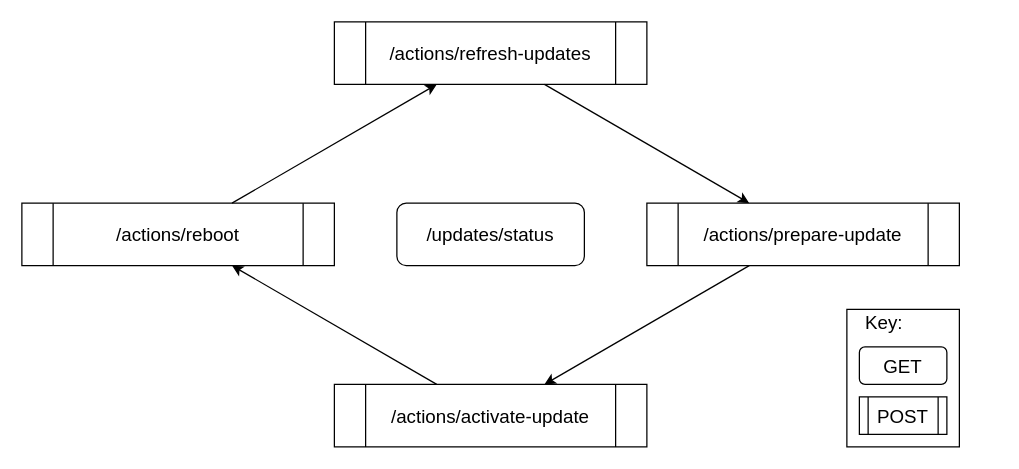
The draw.io diagram sources/api/update_api.drawio in bottlerocket-os/bottlerocket, before the edit. Source tidied: cells renumbered, new cells numbered last; positions are measured from the earlier drawing's top-left corner, leaving out a move shared by most shapes. Both pictures are drawn from the tidied source at 125%, with x=0, y=0 at pixel (21, 21).
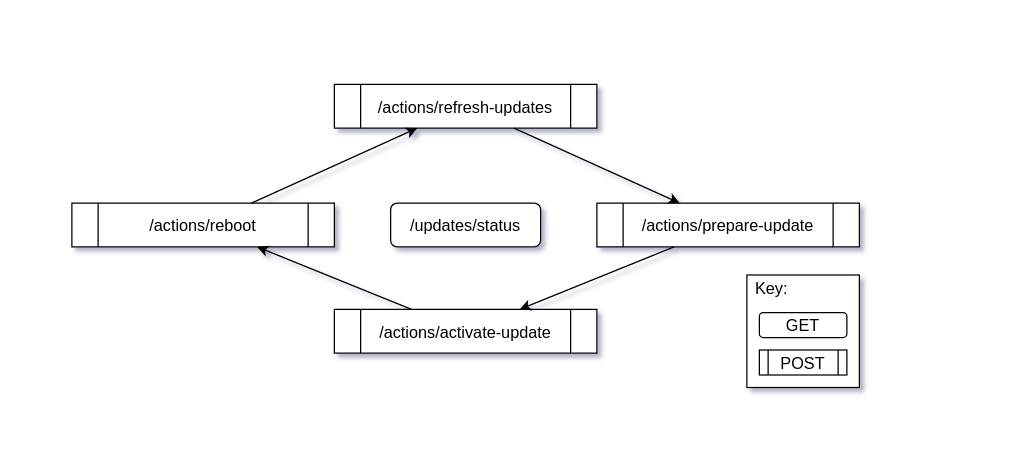
The same diagram, later.

Commit message (it also covers changes not shown here):
Make update API diagram smaller

Change to the diagram source:
```diff
@@
-<mxGraphModel>
+<mxGraphModel shadow="1">
   <root>
     <mxCell id="0" />
     <mxCell id="1" parent="0" />
-    <mxCell id="2" value="/updates/status" style="rounded=1;whiteSpace=wrap;html=1;fontSize=15;" parent="1" vertex="1">
-      <mxGeometry x="300" y="145" width="150" height="50" as="geometry" />
+    <mxCell id="2" value="/updates/status" style="rounded=1;whiteSpace=wrap;html=1;fontSize=13;" parent="1" vertex="1">
+      <mxGeometry x="295" y="145" width="120" height="35" as="geometry" />
     </mxCell>
-    <mxCell id="3" value="/actions/refresh-updates" style="shape=process;whiteSpace=wrap;html=1;backgroundOutline=1;fontSize=15;" parent="1" vertex="1">
-      <mxGeometry x="250" width="250" height="50" as="geometry" />
+    <mxCell id="3" value="/actions/refresh-updates" style="shape=process;whiteSpace=wrap;html=1;backgroundOutline=1;fontSize=13;" parent="1" vertex="1">
+      <mxGeometry x="250" y="50" width="210" height="35" as="geometry" />
     </mxCell>
-    <mxCell id="4" value="/actions/prepare-update" style="shape=process;whiteSpace=wrap;html=1;backgroundOutline=1;fontSize=15;" parent="1" vertex="1">
-      <mxGeometry x="500" y="145" width="250" height="50" as="geometry" />
+    <mxCell id="4" value="/actions/prepare-update" style="shape=process;whiteSpace=wrap;html=1;backgroundOutline=1;fontSize=13;" parent="1" vertex="1">
+      <mxGeometry x="460" y="145" width="210" height="35" as="geometry" />
     </mxCell>
-    <mxCell id="5" value="/actions/activate-update" style="shape=process;whiteSpace=wrap;html=1;backgroundOutline=1;fontSize=15;" parent="1" vertex="1">
-      <mxGeometry x="250" y="290" width="250" height="50" as="geometry" />
+    <mxCell id="5" value="/actions/activate-update" style="shape=process;whiteSpace=wrap;html=1;backgroundOutline=1;fontSize=13;" parent="1" vertex="1">
+      <mxGeometry x="250" y="230" width="210" height="35" as="geometry" />
     </mxCell>
-    <mxCell id="6" value="/actions/reboot" style="shape=process;whiteSpace=wrap;html=1;backgroundOutline=1;fontSize=15;" parent="1" vertex="1">
-      <mxGeometry y="145" width="250" height="50" as="geometry" />
+    <mxCell id="6" value="/actions/reboot" style="shape=process;whiteSpace=wrap;html=1;backgroundOutline=1;fontSize=13;" parent="1" vertex="1">
+      <mxGeometry x="40" y="145" width="210" height="35" as="geometry" />
     </mxCell>
-    <mxCell id="7" style="endArrow=classic;html=1;fontSize=15;" parent="1" edge="1" source="3" target="4">
+    <mxCell id="7" style="endArrow=classic;html=1;fontSize=13;" parent="1" edge="1" source="3" target="4">
       <mxGeometry relative="1" as="geometry" />
     </mxCell>
-    <mxCell id="8" style="endArrow=classic;html=1;fontSize=15;" parent="1" edge="1" source="4" target="5">
+    <mxCell id="8" style="endArrow=classic;html=1;fontSize=13;" parent="1" edge="1" source="4" target="5">
       <mxGeometry relative="1" as="geometry" />
     </mxCell>
-    <mxCell id="9" style="endArrow=classic;html=1;fontSize=15;" parent="1" edge="1" source="5" target="6">
+    <mxCell id="9" style="endArrow=classic;html=1;fontSize=13;" parent="1" edge="1" source="5" target="6">
       <mxGeometry relative="1" as="geometry" />
     </mxCell>
-    <mxCell id="10" style="endArrow=classic;html=1;fontSize=15;" parent="1" edge="1" source="6" target="3">
+    <mxCell id="10" style="endArrow=classic;html=1;fontSize=13;" parent="1" edge="1" source="6" target="3">
       <mxGeometry relative="1" as="geometry" />
     </mxCell>
-    <mxCell id="11" style="group;fontSize=15;" parent="1" vertex="1">
-      <mxGeometry x="670" y="230" width="110" height="110" as="geometry" />
-    </mxCell>
-    <mxCell id="12" style="group;fontSize=15;" parent="11" vertex="1">
-      <mxGeometry width="110" height="110" as="geometry" />
-    </mxCell>
-    <mxCell id="13" style="rounded=0;whiteSpace=wrap;html=1;fontSize=15;" parent="12" vertex="1">
-      <mxGeometry x="-10" width="90" height="110" as="geometry" />
-    </mxCell>
+    <mxCell id="17" style="group;" parent="1" vertex="1">
+      <mxGeometry x="580" y="202.5" width="90" height="90" as="geometry" />
+    </mxCell>
+    <mxCell id="18" style="rounded=0;whiteSpace=wrap;html=1;fontSize=13;" parent="17" vertex="1">
+      <mxGeometry width="90" height="90" as="geometry" />
+    </mxCell>
+    <mxCell id="16" value="Key:" style="text;html=1;strokeColor=none;fillColor=none;align=center;verticalAlign=middle;whiteSpace=wrap;rounded=0;fontSize=13;" parent="17" vertex="1">
+      <mxGeometry width="40" height="20" as="geometry" />
+    </mxCell>
-    <mxCell id="14" value="GET" style="rounded=1;whiteSpace=wrap;html=1;fontSize=15;" parent="12" vertex="1">
-      <mxGeometry y="30" width="70" height="30" as="geometry" />
+    <mxCell id="14" value="GET" style="rounded=1;whiteSpace=wrap;html=1;fontSize=13;" parent="17" vertex="1">
+      <mxGeometry x="10" y="30" width="70" height="20" as="geometry" />
     </mxCell>
-    <mxCell id="15" value="POST" style="shape=process;whiteSpace=wrap;html=1;backgroundOutline=1;fontSize=15;" parent="12" vertex="1">
-      <mxGeometry y="70" width="70" height="30" as="geometry" />
+    <mxCell id="15" value="POST" style="shape=process;whiteSpace=wrap;html=1;backgroundOutline=1;fontSize=13;" parent="17" vertex="1">
+      <mxGeometry x="10" y="60" width="70" height="20" as="geometry" />
     </mxCell>
-    <mxCell id="16" value="Key:" style="text;html=1;strokeColor=none;fillColor=none;align=center;verticalAlign=middle;whiteSpace=wrap;rounded=0;fontSize=15;" parent="12" vertex="1">
-      <mxGeometry width="40" height="20" as="geometry" />
-    </mxCell>
   </root>
 </mxGraphModel>
```
